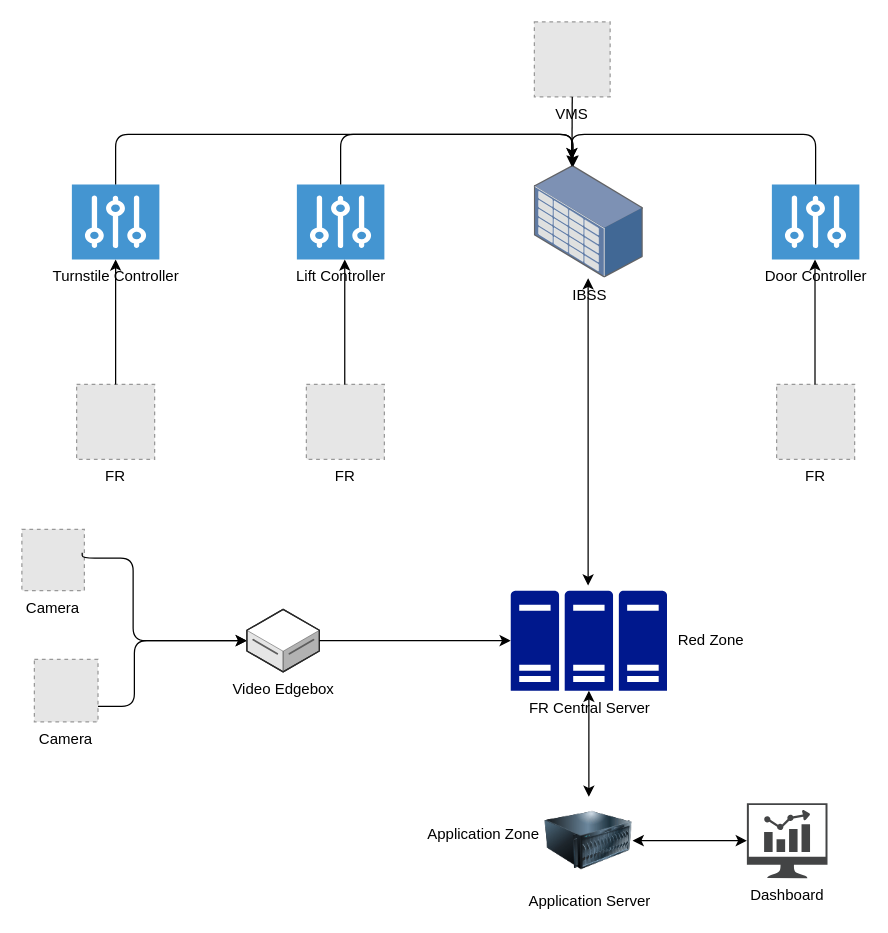
This is MAS_framework_logic.drawio from frankyzf/drawio, a draw.io file, before an edit. Source tidied: cells renumbered, new cells numbered last; positions are measured from the earlier drawing's top-left corner, leaving out a move shared by most shapes. Both pictures are drawn from the tidied source at 125%, with x=0, y=0 at pixel (21, 21). Pictures stored in the file or linked from it are replaced by grey dashed boxes.
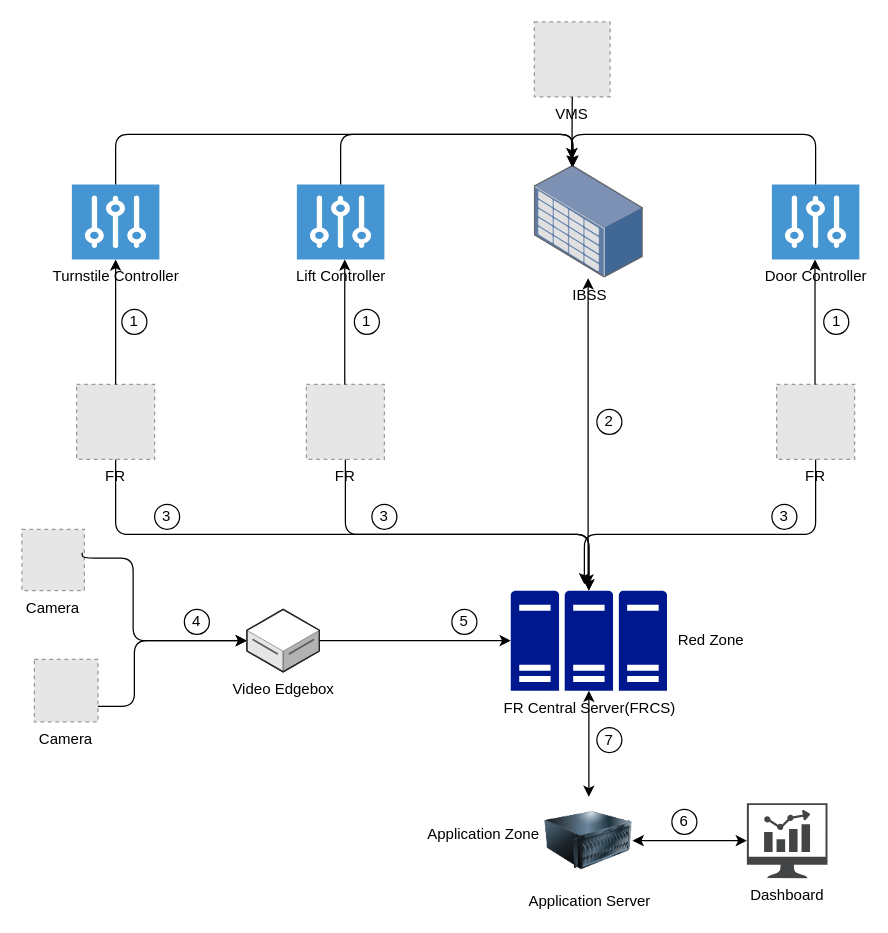
Above is the later version.

Unchanged cells that the change refers to:
```xml
<mxCell id="5" value="FR" style="fillColor=#E6E6E6;strokeColor=#999999;dashed=1;verticalLabelPosition=bottom;labelBackgroundColor=#ffffff;verticalAlign=top;" parent="1" vertex="1">
  <mxGeometry x="43.8" y="290" width="62.4" height="60" as="geometry" />
</mxCell>
<mxCell id="6" value="FR" style="fillColor=#E6E6E6;strokeColor=#999999;dashed=1;verticalLabelPosition=bottom;labelBackgroundColor=#ffffff;verticalAlign=top;" parent="1" vertex="1">
  <mxGeometry x="227.6" y="290" width="62.4" height="60" as="geometry" />
</mxCell>
```

Diff of the diagram source:
```diff
@@
-    <mxCell id="15" value="FR Central Server" style="shadow=0;dashed=0;html=1;strokeColor=none;labelPosition=center;verticalLabelPosition=bottom;verticalAlign=top;align=center;fillColor=#00188D;shape=mxgraph.mscae.enterprise.server_farm;" parent="1" vertex="1">
+    <mxCell id="15" value="FR Central Server(FRCS)" style="shadow=0;dashed=0;html=1;strokeColor=none;labelPosition=center;verticalLabelPosition=bottom;verticalAlign=top;align=center;fillColor=#00188D;shape=mxgraph.mscae.enterprise.server_farm;" parent="1" vertex="1">
       <mxGeometry x="391.1" y="455" width="125" height="80" as="geometry" />
     </mxCell>
@@
-    <mxCell id="29" value="Red Zone" style="text;html=1;align=center;verticalAlign=middle;" parent="1" vertex="1">
+    <mxCell id="29" value="Red Zone" style="text;html=1;align=center;verticalAlign=middle;fontColor=#000000;" parent="1" vertex="1">
       <mxGeometry x="516.1" y="485" width="70" height="20" as="geometry" />
     </mxCell>
@@
+    <mxCell id="31" value="1" style="ellipse;whiteSpace=wrap;html=1;fontColor=#000000;" parent="1" vertex="1">
+      <mxGeometry x="80" y="230" width="20" height="20" as="geometry" />
+    </mxCell>
+    <mxCell id="32" value="2" style="ellipse;whiteSpace=wrap;html=1;fontColor=#000000;" parent="1" vertex="1">
+      <mxGeometry x="460" y="310" width="20" height="20" as="geometry" />
+    </mxCell>
+    <mxCell id="33" value="1" style="ellipse;whiteSpace=wrap;html=1;fontColor=#000000;" parent="1" vertex="1">
+      <mxGeometry x="266" y="230" width="20" height="20" as="geometry" />
+    </mxCell>
+    <mxCell id="34" value="1" style="ellipse;whiteSpace=wrap;html=1;fontColor=#000000;" parent="1" vertex="1">
+      <mxGeometry x="641.5" y="230" width="20" height="20" as="geometry" />
+    </mxCell>
+    <mxCell id="35" value="3" style="ellipse;whiteSpace=wrap;html=1;fontColor=#000000;" parent="1" vertex="1">
+      <mxGeometry x="106.2" y="385.9" width="20" height="20" as="geometry" />
+    </mxCell>
+    <mxCell id="36" value="7" style="ellipse;whiteSpace=wrap;html=1;fontColor=#000000;" parent="1" vertex="1">
+      <mxGeometry x="460" y="564.5" width="20" height="20" as="geometry" />
+    </mxCell>
+    <mxCell id="37" value="6" style="ellipse;whiteSpace=wrap;html=1;fontColor=#000000;" parent="1" vertex="1">
+      <mxGeometry x="520" y="630" width="20" height="20" as="geometry" />
+    </mxCell>
+    <mxCell id="38" value="4" style="ellipse;whiteSpace=wrap;html=1;fontColor=#000000;" parent="1" vertex="1">
+      <mxGeometry x="130" y="470" width="20" height="20" as="geometry" />
+    </mxCell>
+    <mxCell id="39" value="5" style="ellipse;whiteSpace=wrap;html=1;fontColor=#000000;" parent="1" vertex="1">
+      <mxGeometry x="344" y="470" width="20" height="20" as="geometry" />
+    </mxCell>
+    <mxCell id="40" style="edgeStyle=segmentEdgeStyle;endArrow=classic;html=1;fontColor=#000000;exitX=0.5;exitY=1;exitDx=0;exitDy=0;entryX=0.5;entryY=0;entryDx=0;entryDy=0;entryPerimeter=0;" parent="1" edge="1" source="5" target="15">
+      <mxGeometry relative="1" as="geometry">
+        <Array as="points">
+          <mxPoint x="75" y="410" />
+          <mxPoint x="454" y="410" />
+        </Array>
+      </mxGeometry>
+    </mxCell>
+    <mxCell id="41" style="edgeStyle=segmentEdgeStyle;endArrow=classic;html=1;fontColor=#000000;entryX=0.5;entryY=0;entryDx=0;entryDy=0;entryPerimeter=0;exitX=0.5;exitY=1;exitDx=0;exitDy=0;" parent="1" edge="1" source="6" target="15">
+      <mxGeometry relative="1" as="geometry">
+        <Array as="points">
+          <mxPoint x="259" y="410" />
+          <mxPoint x="454" y="410" />
+        </Array>
+      </mxGeometry>
+    </mxCell>
+    <mxCell id="42" value="3" style="ellipse;whiteSpace=wrap;html=1;fontColor=#000000;" parent="1" vertex="1">
+      <mxGeometry x="280" y="385.9" width="20" height="20" as="geometry" />
+    </mxCell>
+    <mxCell id="43" style="edgeStyle=segmentEdgeStyle;endArrow=classic;html=1;fontColor=#000000;" parent="1" edge="1">
+      <mxGeometry relative="1" as="geometry">
+        <mxPoint x="635" y="350" as="sourcePoint" />
+        <mxPoint x="450" y="450" as="targetPoint" />
+        <Array as="points">
+          <mxPoint x="635" y="350" />
+          <mxPoint x="635" y="410" />
+          <mxPoint x="450" y="410" />
+        </Array>
+      </mxGeometry>
+    </mxCell>
+    <mxCell id="44" value="3" style="ellipse;whiteSpace=wrap;html=1;fontColor=#000000;" parent="1" vertex="1">
+      <mxGeometry x="600" y="385.9" width="20" height="20" as="geometry" />
+    </mxCell>
```
